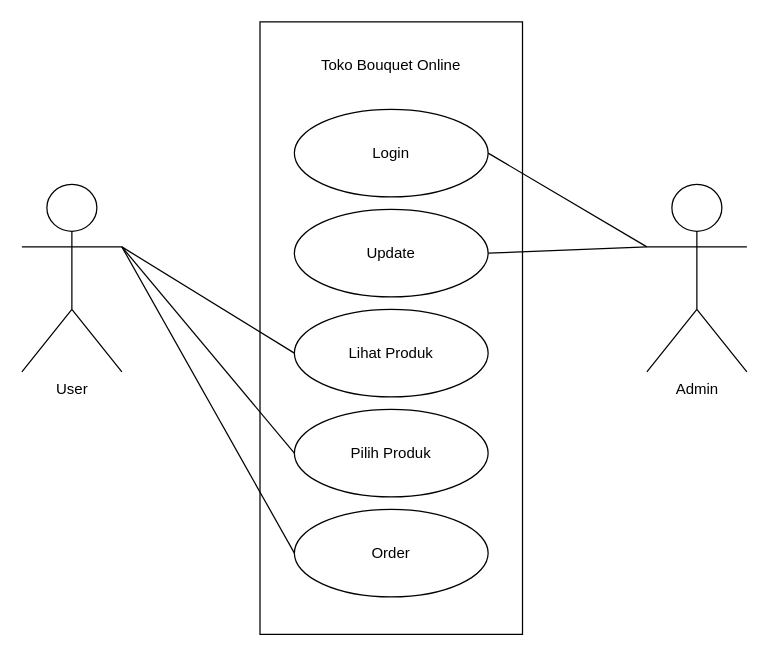
This is usecase-bucket.drawio from alficlanjr/Landing-page, a draw.io file, before an edit. Source tidied: cells renumbered, new cells numbered last; positions are measured from the earlier drawing's top-left corner, leaving out a move shared by most shapes. Both pictures are drawn from the tidied source at 125%, with x=0, y=0 at pixel (21, 21).
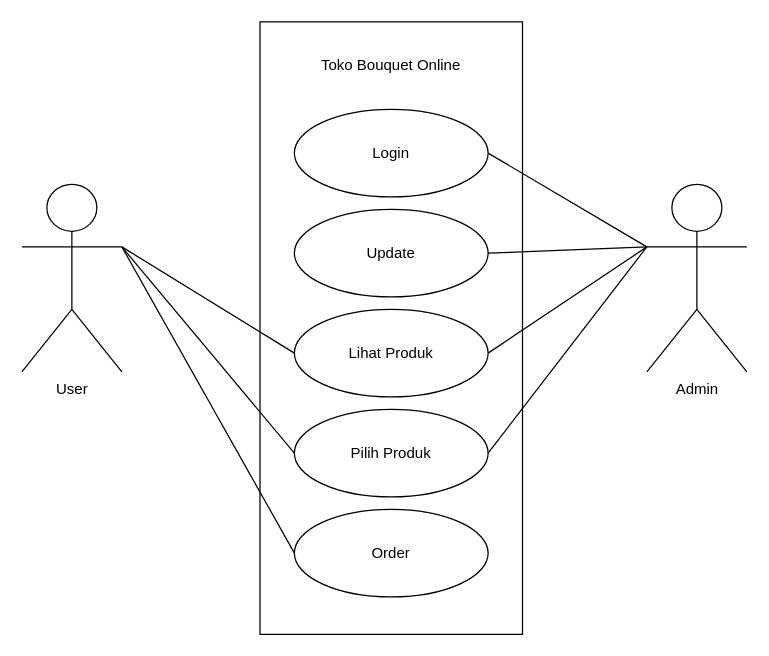
Above is the later version.

The edit, as a diff of the source:
```diff
@@
 <mxGraphModel>
   <root>
     <mxCell id="0" />
     <mxCell id="1" parent="0" />
     <mxCell id="2" style="rounded=0;whiteSpace=wrap;html=1;" parent="1" vertex="1">
       <mxGeometry x="190.5" width="210" height="490" as="geometry" />
     </mxCell>
     <mxCell id="3" value="Login" style="ellipse;whiteSpace=wrap;html=1;" parent="1" vertex="1">
       <mxGeometry x="218" y="70" width="155" height="70" as="geometry" />
     </mxCell>
     <mxCell id="4" value="Update" style="ellipse;whiteSpace=wrap;html=1;" parent="1" vertex="1">
       <mxGeometry x="218" y="150" width="155" height="70" as="geometry" />
     </mxCell>
     <mxCell id="5" value="Lihat Produk" style="ellipse;whiteSpace=wrap;html=1;" parent="1" vertex="1">
       <mxGeometry x="218" y="230" width="155" height="70" as="geometry" />
     </mxCell>
     <mxCell id="6" value="Pilih Produk" style="ellipse;whiteSpace=wrap;html=1;" parent="1" vertex="1">
       <mxGeometry x="218" y="310" width="155" height="70" as="geometry" />
     </mxCell>
     <mxCell id="7" value="User" style="shape=umlActor;verticalLabelPosition=bottom;verticalAlign=top;html=1;outlineConnect=0;" parent="1" vertex="1">
       <mxGeometry y="130" width="80" height="150" as="geometry" />
     </mxCell>
     <mxCell id="8" value="Admin" style="shape=umlActor;verticalLabelPosition=bottom;verticalAlign=top;html=1;outlineConnect=0;" parent="1" vertex="1">
       <mxGeometry x="500" y="130" width="80" height="150" as="geometry" />
     </mxCell>
     <mxCell id="9" value="Toko Bouquet Online" style="text;html=1;align=center;verticalAlign=middle;whiteSpace=wrap;rounded=0;" parent="1" vertex="1">
       <mxGeometry x="233" y="20" width="124.5" height="30" as="geometry" />
     </mxCell>
     <mxCell id="10" style="endArrow=none;html=1;rounded=0;exitX=1;exitY=0.3333333333333333;exitDx=0;exitDy=0;exitPerimeter=0;entryX=0;entryY=0.5;entryDx=0;entryDy=0;" parent="1" edge="1" source="7" target="6">
       <mxGeometry relative="1" as="geometry" />
     </mxCell>
     <mxCell id="11" style="endArrow=none;html=1;rounded=0;exitX=1;exitY=0.3333333333333333;exitDx=0;exitDy=0;exitPerimeter=0;entryX=0;entryY=0.5;entryDx=0;entryDy=0;" parent="1" edge="1" source="7" target="5">
       <mxGeometry relative="1" as="geometry" />
     </mxCell>
     <mxCell id="12" style="endArrow=none;html=1;rounded=0;exitX=0;exitY=0.3333333333333333;exitDx=0;exitDy=0;exitPerimeter=0;entryX=1;entryY=0.5;entryDx=0;entryDy=0;" parent="1" edge="1" source="8" target="3">
       <mxGeometry relative="1" as="geometry" />
     </mxCell>
     <mxCell id="13" style="endArrow=none;html=1;rounded=0;exitX=0;exitY=0.3333333333333333;exitDx=0;exitDy=0;exitPerimeter=0;entryX=1;entryY=0.5;entryDx=0;entryDy=0;" parent="1" edge="1" source="8" target="4">
       <mxGeometry relative="1" as="geometry" />
     </mxCell>
     <mxCell id="14" value="Order" style="ellipse;whiteSpace=wrap;html=1;" parent="1" vertex="1">
       <mxGeometry x="218" y="390" width="155" height="70" as="geometry" />
     </mxCell>
     <mxCell id="15" style="endArrow=none;html=1;rounded=0;exitX=1;exitY=0.3333333333333333;exitDx=0;exitDy=0;exitPerimeter=0;entryX=0;entryY=0.5;entryDx=0;entryDy=0;" parent="1" edge="1" source="7" target="14">
       <mxGeometry relative="1" as="geometry" />
     </mxCell>
+    <mxCell id="16" style="endArrow=none;html=1;rounded=0;entryX=1;entryY=0.5;entryDx=0;entryDy=0;exitX=0;exitY=0.3333333333333333;exitDx=0;exitDy=0;exitPerimeter=0;" parent="1" edge="1" source="8" target="5">
+      <mxGeometry relative="1" as="geometry" />
+    </mxCell>
+    <mxCell id="17" style="endArrow=none;html=1;rounded=0;entryX=1;entryY=0.5;entryDx=0;entryDy=0;exitX=0;exitY=0.3333333333333333;exitDx=0;exitDy=0;exitPerimeter=0;" parent="1" edge="1" source="8" target="6">
+      <mxGeometry relative="1" as="geometry" />
+    </mxCell>
   </root>
 </mxGraphModel>
```
